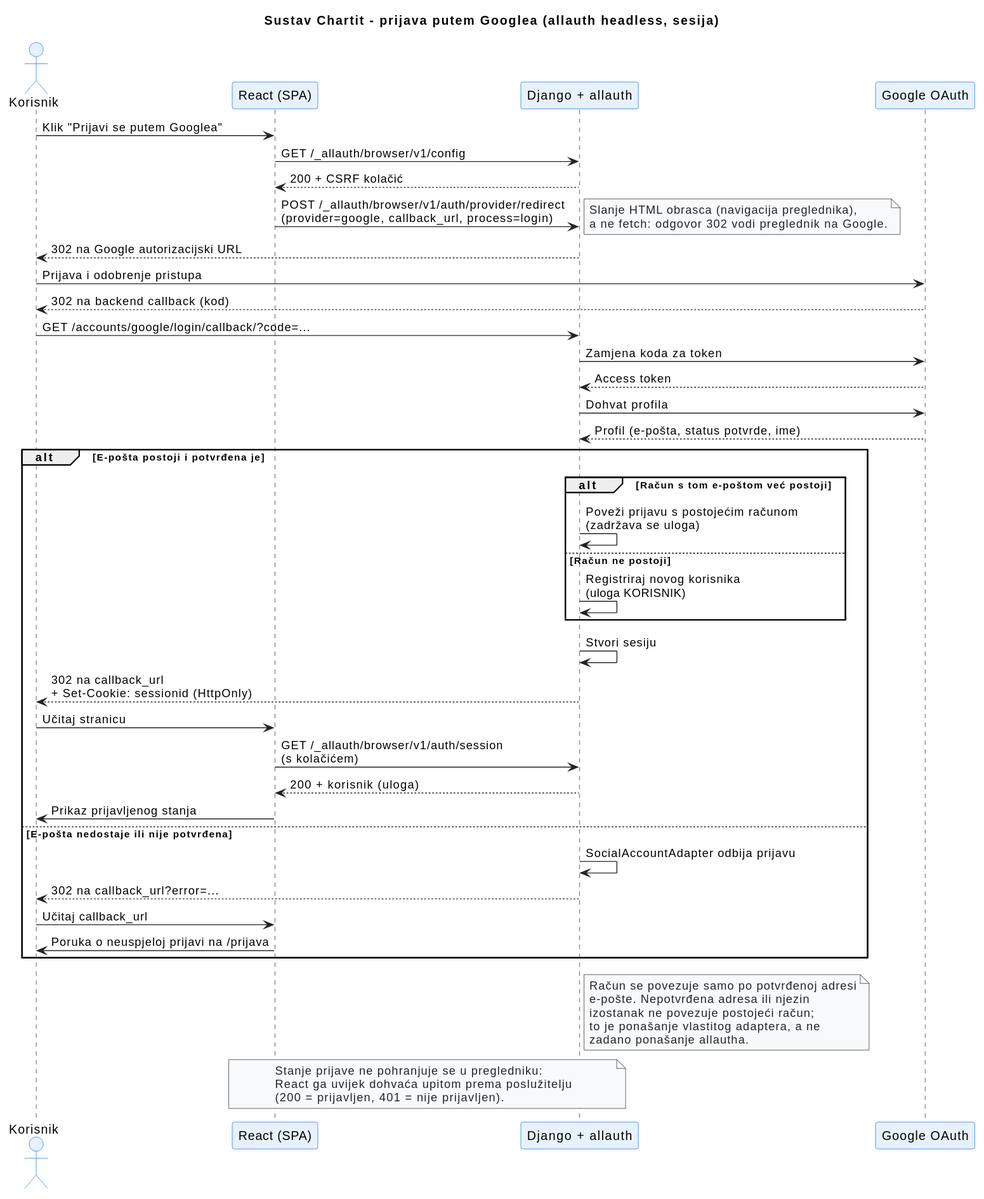
Above: docs/assets/diagrams/4-6-chartit-oauth-SD.svg in tmpteamname1/ChartIt (PlantUML), before the change.
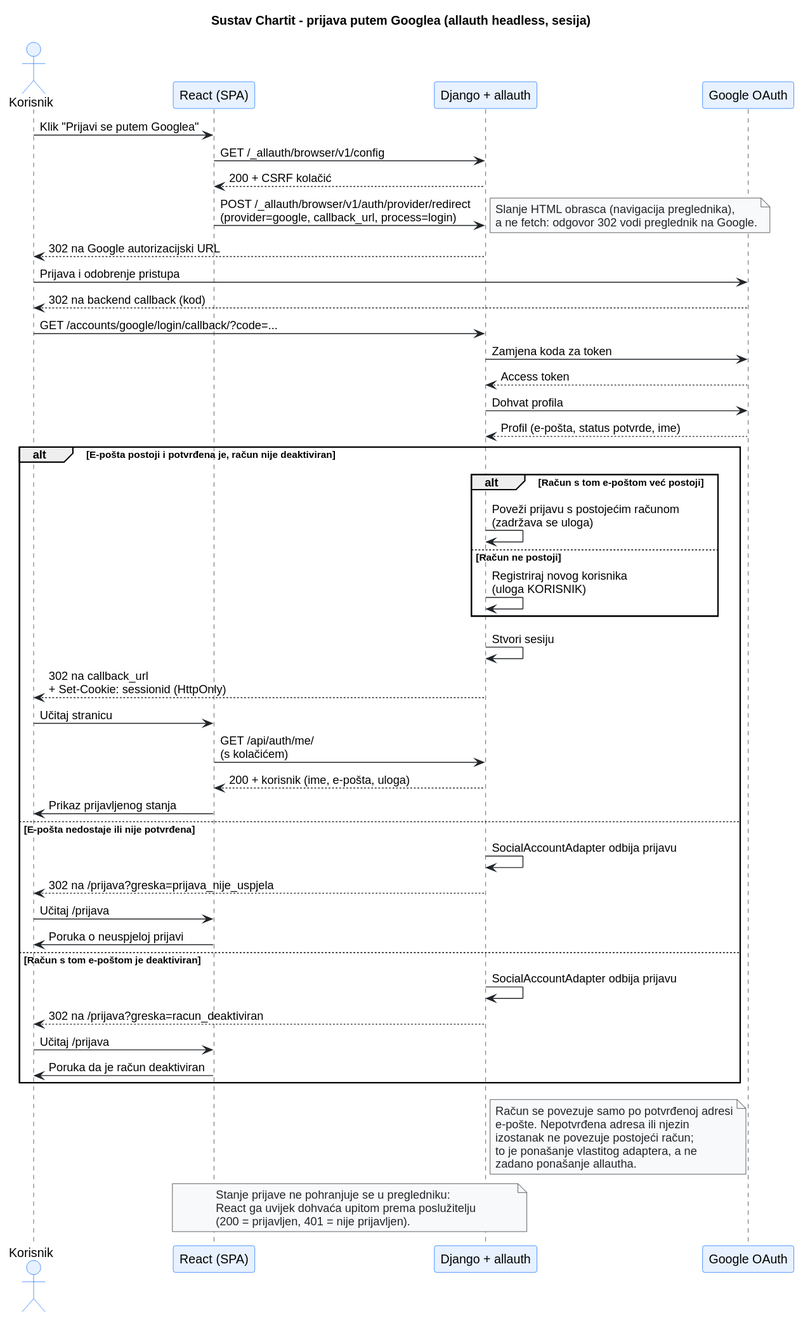
Later version of the same file.

What changed in the source:
```diff
@@ -1,6 +1,4 @@
 @startuml
-
-
 title Sustav Chartit - prijava putem Googlea (allauth headless, sesija)
 
 skinparam shadowing false
@@ -44,7 +42,7 @@
 BE -> G : Dohvat profila
 G --> BE : Profil (e-pošta, status potvrde, ime)
 
-alt E-pošta postoji i potvrđena je
+alt E-pošta postoji i potvrđena je, račun nije deaktiviran
   alt Račun s tom e-poštom već postoji
     BE -> BE : Poveži prijavu s postojećim računom\n(zadržava se uloga)
   else Račun ne postoji
@@ -53,14 +51,19 @@
   BE -> BE : Stvori sesiju
   BE --> Korisnik : 302 na callback_url\n+ Set-Cookie: sessionid (HttpOnly)
   Korisnik -> FE : Učitaj stranicu
-  FE -> BE : GET /_allauth/browser/v1/auth/session\n(s kolačićem)
-  BE --> FE : 200 + korisnik (uloga)
+  FE -> BE : GET /api/auth/me/\n(s kolačićem)
+  BE --> FE : 200 + korisnik (ime, e-pošta, uloga)
   FE -> Korisnik : Prikaz prijavljenog stanja
 else E-pošta nedostaje ili nije potvrđena
   BE -> BE : SocialAccountAdapter odbija prijavu
-  BE --> Korisnik : 302 na callback_url?error=...
-  Korisnik -> FE : Učitaj callback_url
-  FE -> Korisnik : Poruka o neuspjeloj prijavi na /prijava
+  BE --> Korisnik : 302 na /prijava?greska=prijava_nije_uspjela
+  Korisnik -> FE : Učitaj /prijava
+  FE -> Korisnik : Poruka o neuspjeloj prijavi
+else Račun s tom e-poštom je deaktiviran
+  BE -> BE : SocialAccountAdapter odbija prijavu
+  BE --> Korisnik : 302 na /prijava?greska=racun_deaktiviran
+  Korisnik -> FE : Učitaj /prijava
+  FE -> Korisnik : Poruka da je račun deaktiviran
 end
 
 
```
